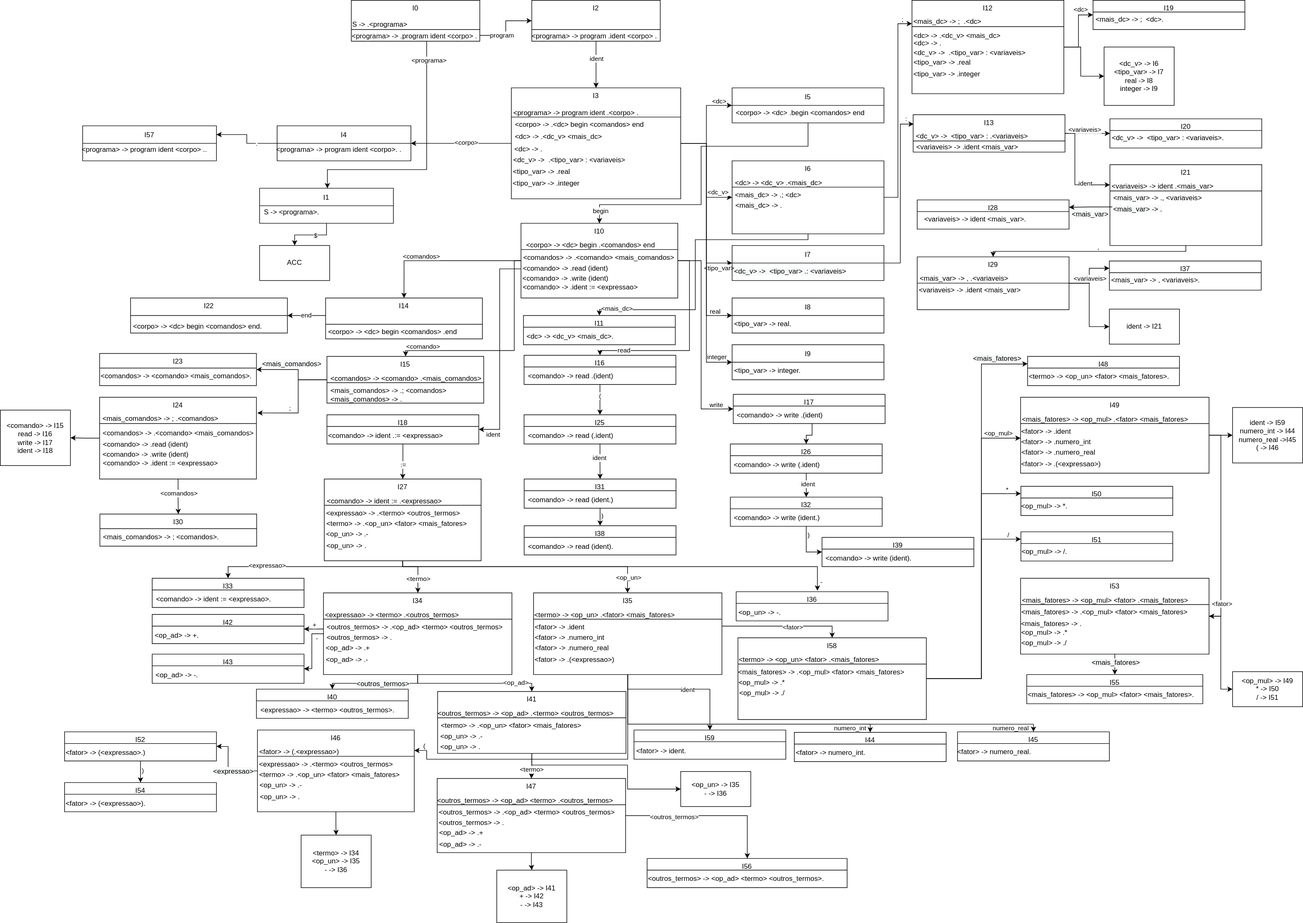
Earlier version of the draw.io export syntatic/Syntatic_Automata_LALG.svg (SousaPedroso/compiler). Source tidied: cells renumbered, new cells last; positions are measured from the earlier drawing's top-left corner, leaving out a move shared by most shapes.
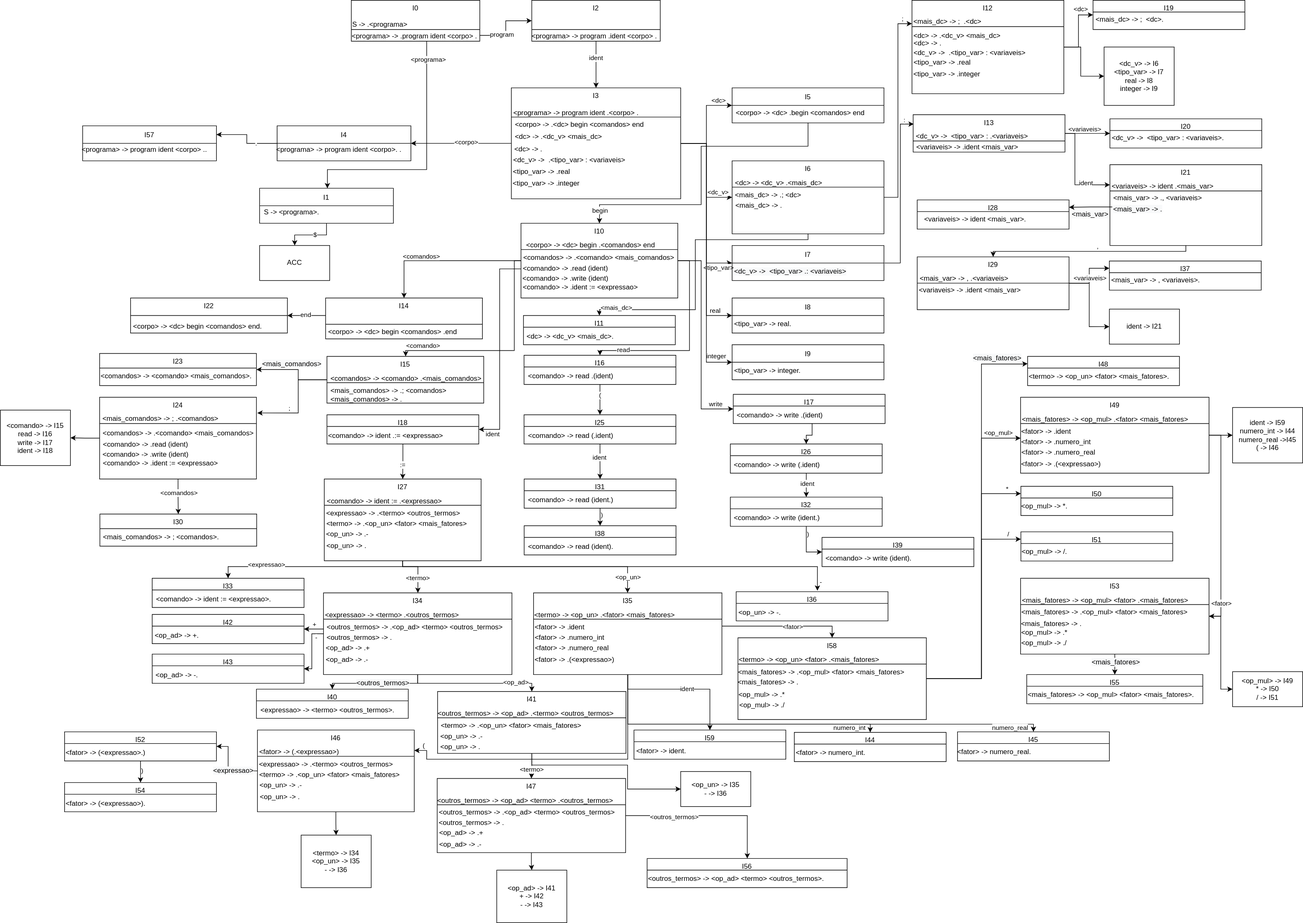
The same file after the commit.

What changed in the source:
```diff
@@ -1010,10 +1010,10 @@
       <mxGeometry x="1256" y="1141" width="300" height="20" as="geometry" />
     </mxCell>
     <mxCell id="251" value="&amp;lt;op_mul&amp;gt; -&amp;gt; .*" style="text;html=1;strokeColor=none;fillColor=none;align=center;verticalAlign=middle;whiteSpace=wrap;rounded=0;labelBackgroundColor=none;" parent="1" vertex="1">
-      <mxGeometry x="1259.8" y="1163" width="88.2" height="12" as="geometry" />
+      <mxGeometry x="1259.8" y="1184" width="88.2" height="12" as="geometry" />
     </mxCell>
     <mxCell id="252" value="&amp;lt;op_mul&amp;gt; -&amp;gt; ./" style="text;html=1;strokeColor=none;fillColor=none;align=center;verticalAlign=middle;whiteSpace=wrap;rounded=0;" parent="1" vertex="1">
-      <mxGeometry x="1260.2" y="1177" width="88.8" height="20" as="geometry" />
+      <mxGeometry x="1260.2" y="1198" width="88.8" height="20" as="geometry" />
     </mxCell>
     <mxCell id="253" value="I59" style="swimlane;fontStyle=0;horizontal=1;startSize=20;labelBackgroundColor=none;fillColor=none;verticalAlign=top;" parent="1" vertex="1">
       <mxGeometry x="1085" y="1250" width="260" height="50" as="geometry" />
@@ -1236,5 +1236,8 @@
     <mxCell id="319" value="&lt;span style=&quot;text-align: left;&quot;&gt;&amp;lt;programa&amp;gt; -&amp;gt; program ident &amp;lt;corpo&amp;gt; ..&lt;/span&gt;" style="text;html=1;strokeColor=none;fillColor=none;align=center;verticalAlign=middle;whiteSpace=wrap;rounded=0;labelBackgroundColor=none;" parent="1" vertex="1">
       <mxGeometry x="137" y="249" width="220" height="14" as="geometry" />
     </mxCell>
+    <mxCell id="320" value="&amp;lt;mais_fatores&amp;gt; -&amp;gt; ." style="text;html=1;strokeColor=none;fillColor=none;align=center;verticalAlign=middle;whiteSpace=wrap;rounded=0;labelBackgroundColor=none;" parent="1" vertex="1">
+      <mxGeometry x="1255" y="1158" width="120" height="20" as="geometry" />
+    </mxCell>
   </root>
 </mxGraphModel>
```
